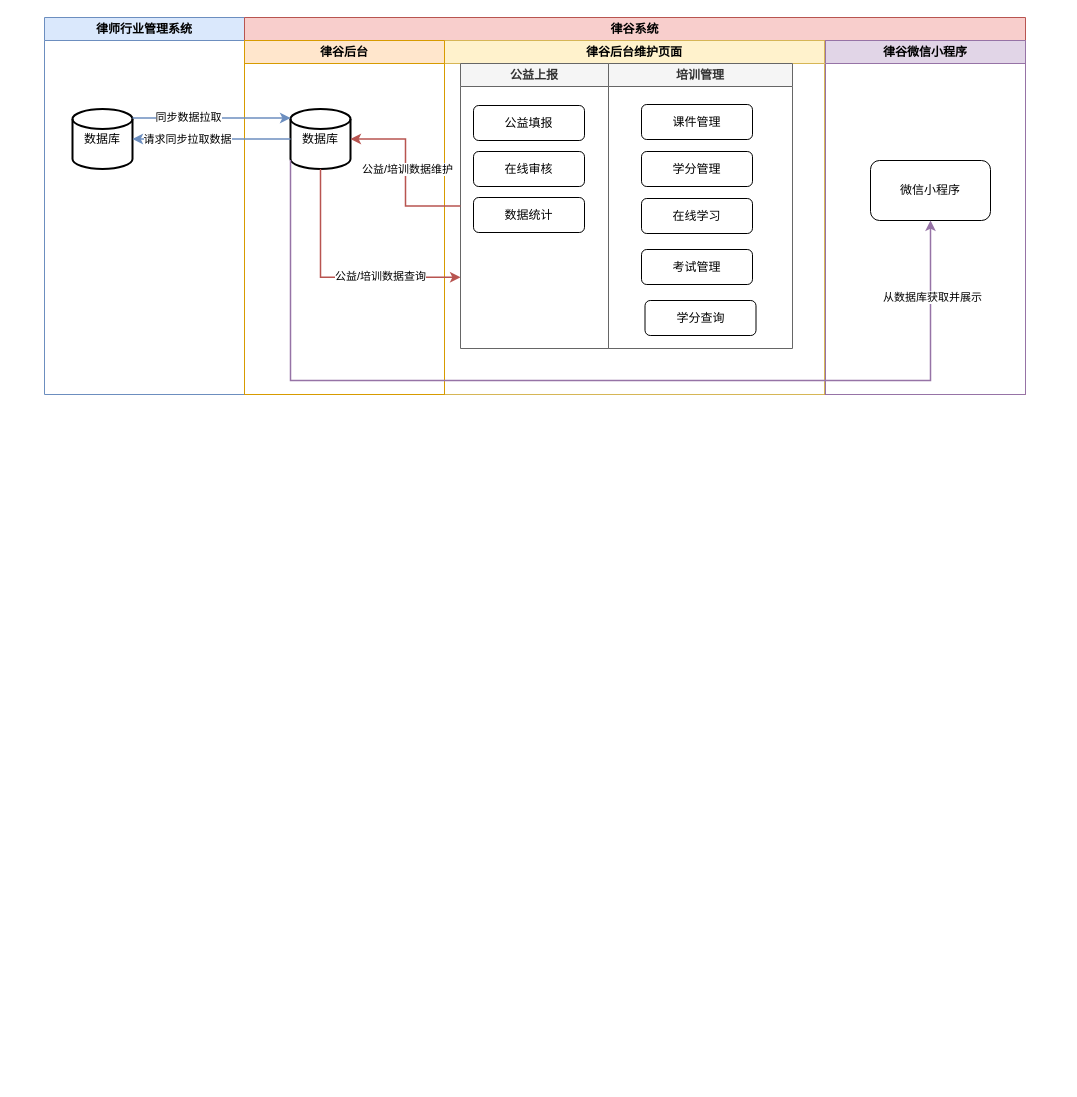
The draw.io diagram 未命名绘图.drawio in hy986/Repo_0110, before the edit. Source tidied: cells renumbered, new cells numbered last; positions are measured from the earlier drawing's top-left corner, leaving out a move shared by most shapes. Both pictures are drawn from the tidied source at 100%, with x=0, y=0 at pixel (44, 17).
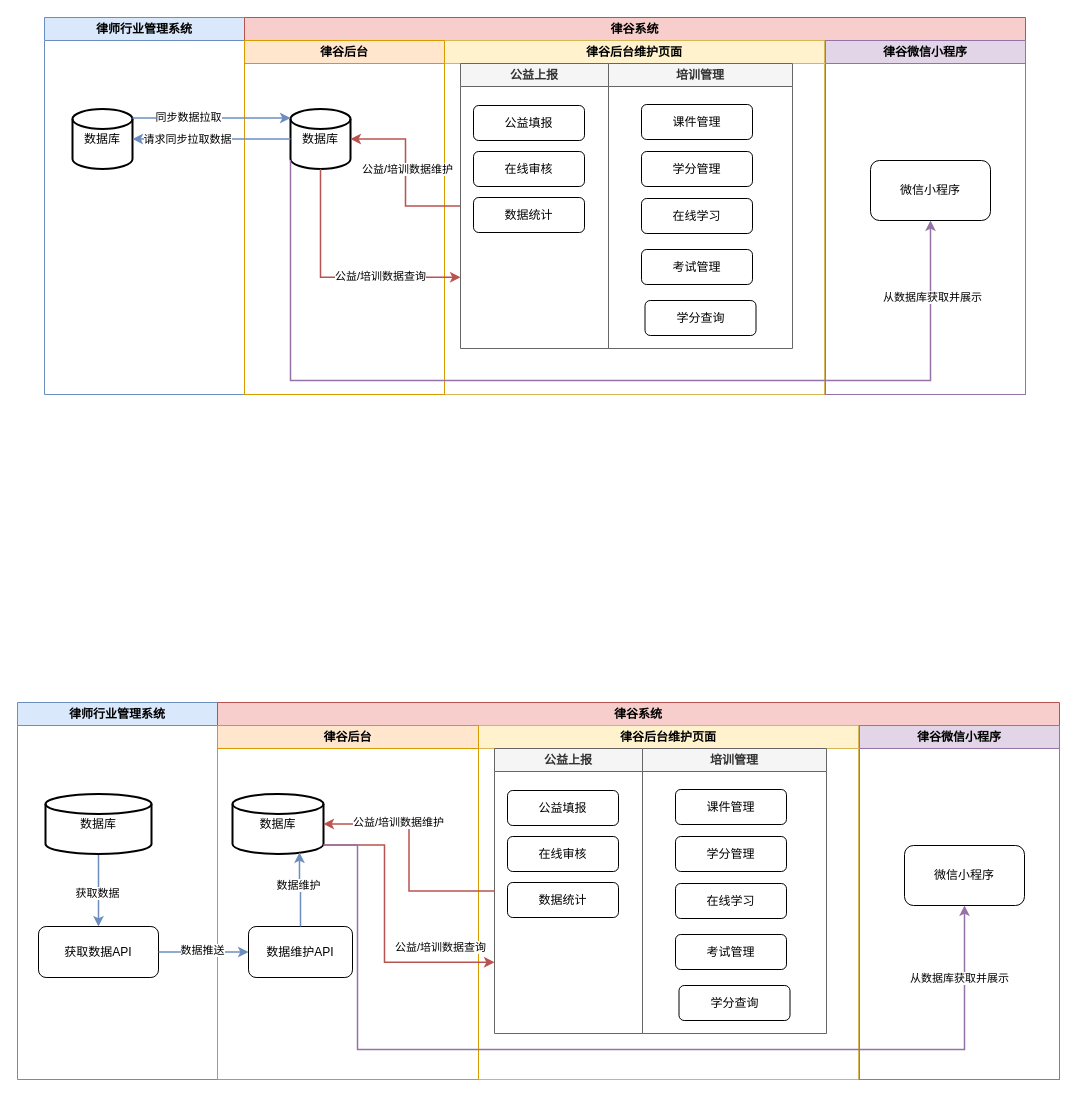
After the change.

Commit message:
内蒙古自治区律师行业管理系统移动端.drawio

What changed in the source:
```diff
@@
+    <mxCell id="30" value="律师行业管理系统" style="swimlane;whiteSpace=wrap;html=1;fillColor=#dae8fc;strokeColor=#6c8ebf;" parent="1" vertex="1">
+      <mxGeometry x="-27" y="685" width="200" height="377" as="geometry" />
+    </mxCell>
+    <mxCell id="31" style="edgeStyle=orthogonalEdgeStyle;rounded=0;jettySize=auto;html=1;exitX=0.5;exitY=1;exitDx=0;exitDy=0;exitPerimeter=0;entryX=0.5;entryY=0;entryDx=0;entryDy=0;fillColor=#dae8fc;strokeColor=#6c8ebf;strokeWidth=1.5;" parent="30" edge="1" source="33" target="34">
+      <mxGeometry relative="1" as="geometry" />
+    </mxCell>
+    <mxCell id="32" value="获取数据" style="edgeLabel;html=1;align=center;verticalAlign=middle;" parent="31" vertex="1">
+      <mxGeometry x="0.08" y="-2" relative="1" as="geometry" />
+    </mxCell>
+    <mxCell id="33" value="数据库" style="strokeWidth=2;html=1;shape=mxgraph.flowchart.database;whiteSpace=wrap;" parent="30" vertex="1">
+      <mxGeometry x="28" y="91.5" width="106" height="60" as="geometry" />
+    </mxCell>
+    <mxCell id="34" value="获取数据API" style="rounded=1;whiteSpace=wrap;html=1;" parent="30" vertex="1">
+      <mxGeometry x="21" y="224" width="120" height="51" as="geometry" />
+    </mxCell>
+    <mxCell id="35" value="律谷系统" style="swimlane;whiteSpace=wrap;html=1;fillColor=#f8cecc;strokeColor=#b85450;" parent="1" vertex="1">
+      <mxGeometry x="173" y="685" width="842" height="377" as="geometry" />
+    </mxCell>
+    <mxCell id="36" value="律谷后台维护页面" style="swimlane;whiteSpace=wrap;html=1;fillColor=#fff2cc;strokeColor=#d6b656;" parent="35" vertex="1">
+      <mxGeometry x="261" y="23" width="380" height="354" as="geometry" />
+    </mxCell>
+    <mxCell id="37" value="公益上报" style="swimlane;whiteSpace=wrap;html=1;fillColor=#f5f5f5;fontColor=#333333;strokeColor=#666666;" parent="36" vertex="1">
+      <mxGeometry x="16" y="23" width="148" height="285" as="geometry" />
+    </mxCell>
+    <mxCell id="38" value="公益填报" style="rounded=1;whiteSpace=wrap;html=1;" parent="37" vertex="1">
+      <mxGeometry x="13" y="42" width="111" height="35" as="geometry" />
+    </mxCell>
+    <mxCell id="39" value="在线审核" style="rounded=1;whiteSpace=wrap;html=1;" parent="37" vertex="1">
+      <mxGeometry x="13" y="88" width="111" height="35" as="geometry" />
+    </mxCell>
+    <mxCell id="40" value="数据统计" style="rounded=1;whiteSpace=wrap;html=1;" parent="37" vertex="1">
+      <mxGeometry x="13" y="134" width="111" height="35" as="geometry" />
+    </mxCell>
+    <mxCell id="41" value="培训管理" style="swimlane;whiteSpace=wrap;html=1;fillColor=#f5f5f5;fontColor=#333333;strokeColor=#666666;" parent="36" vertex="1">
+      <mxGeometry x="164" y="23" width="184" height="285" as="geometry" />
+    </mxCell>
+    <mxCell id="42" value="课件管理" style="rounded=1;whiteSpace=wrap;html=1;" parent="41" vertex="1">
+      <mxGeometry x="33" y="41" width="111" height="35" as="geometry" />
+    </mxCell>
+    <mxCell id="43" value="学分管理" style="rounded=1;whiteSpace=wrap;html=1;" parent="41" vertex="1">
+      <mxGeometry x="33" y="88" width="111" height="35" as="geometry" />
+    </mxCell>
+    <mxCell id="44" value="在线学习" style="rounded=1;whiteSpace=wrap;html=1;" parent="41" vertex="1">
+      <mxGeometry x="33" y="135" width="111" height="35" as="geometry" />
+    </mxCell>
+    <mxCell id="45" value="考试管理" style="rounded=1;whiteSpace=wrap;html=1;" parent="41" vertex="1">
+      <mxGeometry x="33" y="186" width="111" height="35" as="geometry" />
+    </mxCell>
+    <mxCell id="46" value="学分查询" style="rounded=1;whiteSpace=wrap;html=1;" parent="41" vertex="1">
+      <mxGeometry x="36.5" y="237" width="111" height="35" as="geometry" />
+    </mxCell>
+    <mxCell id="47" value="律谷后台" style="swimlane;whiteSpace=wrap;html=1;fillColor=#ffe6cc;strokeColor=#d79b00;" parent="35" vertex="1">
+      <mxGeometry y="23" width="261" height="354" as="geometry" />
+    </mxCell>
+    <mxCell id="48" value="数据库" style="strokeWidth=2;html=1;shape=mxgraph.flowchart.database;whiteSpace=wrap;" parent="47" vertex="1">
+      <mxGeometry x="15" y="68.5" width="91" height="60" as="geometry" />
+    </mxCell>
+    <mxCell id="49" value="数据维护API" style="rounded=1;whiteSpace=wrap;html=1;" parent="47" vertex="1">
+      <mxGeometry x="31" y="201" width="104" height="51" as="geometry" />
+    </mxCell>
+    <mxCell id="50" style="edgeStyle=orthogonalEdgeStyle;rounded=0;jettySize=auto;html=1;exitX=0.5;exitY=0;exitDx=0;exitDy=0;entryX=0.736;entryY=0.975;entryDx=0;entryDy=0;entryPerimeter=0;fillColor=#dae8fc;strokeColor=#6c8ebf;strokeWidth=1.5;" parent="47" edge="1" source="49" target="48">
+      <mxGeometry relative="1" as="geometry" />
+    </mxCell>
+    <mxCell id="51" value="数据维护" style="edgeLabel;html=1;align=center;verticalAlign=middle;" parent="50" vertex="1">
+      <mxGeometry x="0.14" y="1" relative="1" as="geometry" />
+    </mxCell>
+    <mxCell id="52" value="律谷微信小程序" style="swimlane;whiteSpace=wrap;html=1;fillColor=#e1d5e7;strokeColor=#9673a6;" parent="35" vertex="1">
+      <mxGeometry x="642" y="23" width="200" height="354" as="geometry" />
+    </mxCell>
+    <mxCell id="53" value="微信小程序" style="rounded=1;whiteSpace=wrap;html=1;" parent="52" vertex="1">
+      <mxGeometry x="45" y="120" width="120" height="60" as="geometry" />
+    </mxCell>
+    <mxCell id="54" style="edgeStyle=orthogonalEdgeStyle;rounded=0;jettySize=auto;html=1;exitX=0;exitY=0.5;exitDx=0;exitDy=0;entryX=1;entryY=0.5;entryDx=0;entryDy=0;entryPerimeter=0;fillColor=#f8cecc;strokeColor=#b85450;strokeWidth=1.5;" parent="35" edge="1" source="37" target="48">
+      <mxGeometry relative="1" as="geometry" />
+    </mxCell>
+    <mxCell id="55" value="公益/培训数据维护" style="edgeLabel;html=1;align=center;verticalAlign=middle;" parent="54" vertex="1">
+      <mxGeometry x="0.7" y="-4" relative="1" as="geometry">
+        <mxPoint x="38" y="2" as="offset" />
+      </mxGeometry>
+    </mxCell>
+    <mxCell id="56" style="edgeStyle=orthogonalEdgeStyle;rounded=0;jettySize=auto;html=1;exitX=1;exitY=0.85;exitDx=0;exitDy=0;exitPerimeter=0;entryX=0;entryY=0.75;entryDx=0;entryDy=0;strokeWidth=1.5;fillColor=#f8cecc;strokeColor=#b85450;" parent="35" edge="1" source="48" target="37">
+      <mxGeometry relative="1" as="geometry">
+        <Array as="points">
+          <mxPoint x="167" y="260" />
+        </Array>
+      </mxGeometry>
+    </mxCell>
+    <mxCell id="57" value="公益/培训数据查询" style="edgeLabel;html=1;align=center;verticalAlign=middle;" parent="56" vertex="1">
+      <mxGeometry x="0.16" y="1" relative="1" as="geometry">
+        <mxPoint x="54" y="-4" as="offset" />
+      </mxGeometry>
+    </mxCell>
+    <mxCell id="58" style="edgeStyle=orthogonalEdgeStyle;rounded=0;jettySize=auto;html=1;exitX=1;exitY=0.85;exitDx=0;exitDy=0;exitPerimeter=0;entryX=0.5;entryY=1;entryDx=0;entryDy=0;fillColor=#e1d5e7;strokeColor=#9673a6;strokeWidth=1.5;" parent="35" edge="1" source="48" target="53">
+      <mxGeometry relative="1" as="geometry">
+        <Array as="points">
+          <mxPoint x="140" y="143" />
+          <mxPoint x="140" y="347" />
+          <mxPoint x="747" y="347" />
+        </Array>
+      </mxGeometry>
+    </mxCell>
+    <mxCell id="59" value="从数据库获取并展示" style="edgeLabel;html=1;align=center;verticalAlign=middle;" parent="1" vertex="1">
+      <mxGeometry x="914" y="960" as="geometry" />
+    </mxCell>
+    <mxCell id="60" style="edgeStyle=orthogonalEdgeStyle;rounded=0;jettySize=auto;html=1;exitX=1;exitY=0.5;exitDx=0;exitDy=0;entryX=0;entryY=0.5;entryDx=0;entryDy=0;fillColor=#dae8fc;strokeColor=#6c8ebf;strokeWidth=1.5;" parent="1" edge="1" source="34" target="49">
+      <mxGeometry relative="1" as="geometry" />
+    </mxCell>
+    <mxCell id="61" value="数据推送" style="edgeLabel;html=1;align=center;verticalAlign=middle;" parent="60" vertex="1">
+      <mxGeometry x="-0.04" y="3" relative="1" as="geometry">
+        <mxPoint y="1" as="offset" />
+      </mxGeometry>
+    </mxCell>
```
